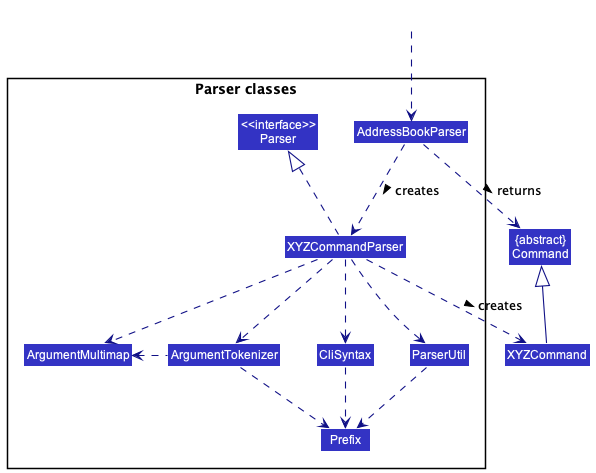
This is docs/images/ParserClasses.png from nus-cs2103-AY2223S1/tp, a PlantUML export, as it was before one commit.
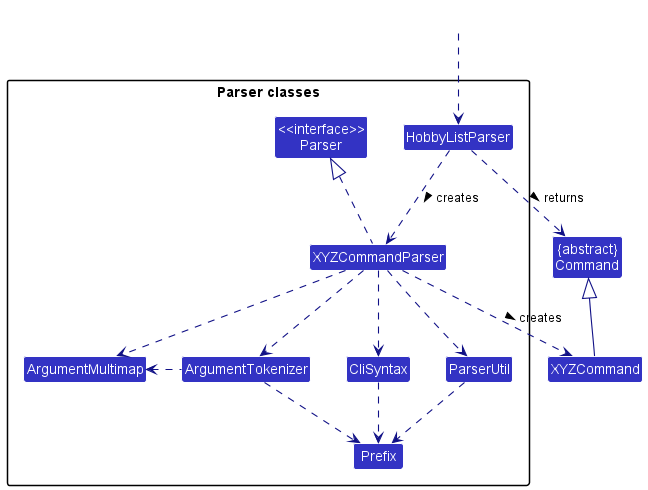
Above is the later version.

The edit, as a diff of the source:
```diff
@@ -9,7 +9,7 @@
 
 package "Parser classes"{
 Class "<<interface>>\nParser" as Parser
-Class AddressBookParser
+Class HobbyListParser
 Class XYZCommandParser
 Class CliSyntax
 Class ParserUtil
@@ -19,12 +19,12 @@
 }
 
 Class HiddenOutside #FFFFFF
-HiddenOutside ..> AddressBookParser
+HiddenOutside ..> HobbyListParser
 
-AddressBookParser .down.> XYZCommandParser: creates >
+HobbyListParser .down.> XYZCommandParser: creates >
 
 XYZCommandParser ..> XYZCommand : creates >
-AddressBookParser ..> Command : returns >
+HobbyListParser ..> Command : returns >
 XYZCommandParser .up.|> Parser
 XYZCommandParser ..> ArgumentMultimap
 XYZCommandParser ..> ArgumentTokenizer
```
